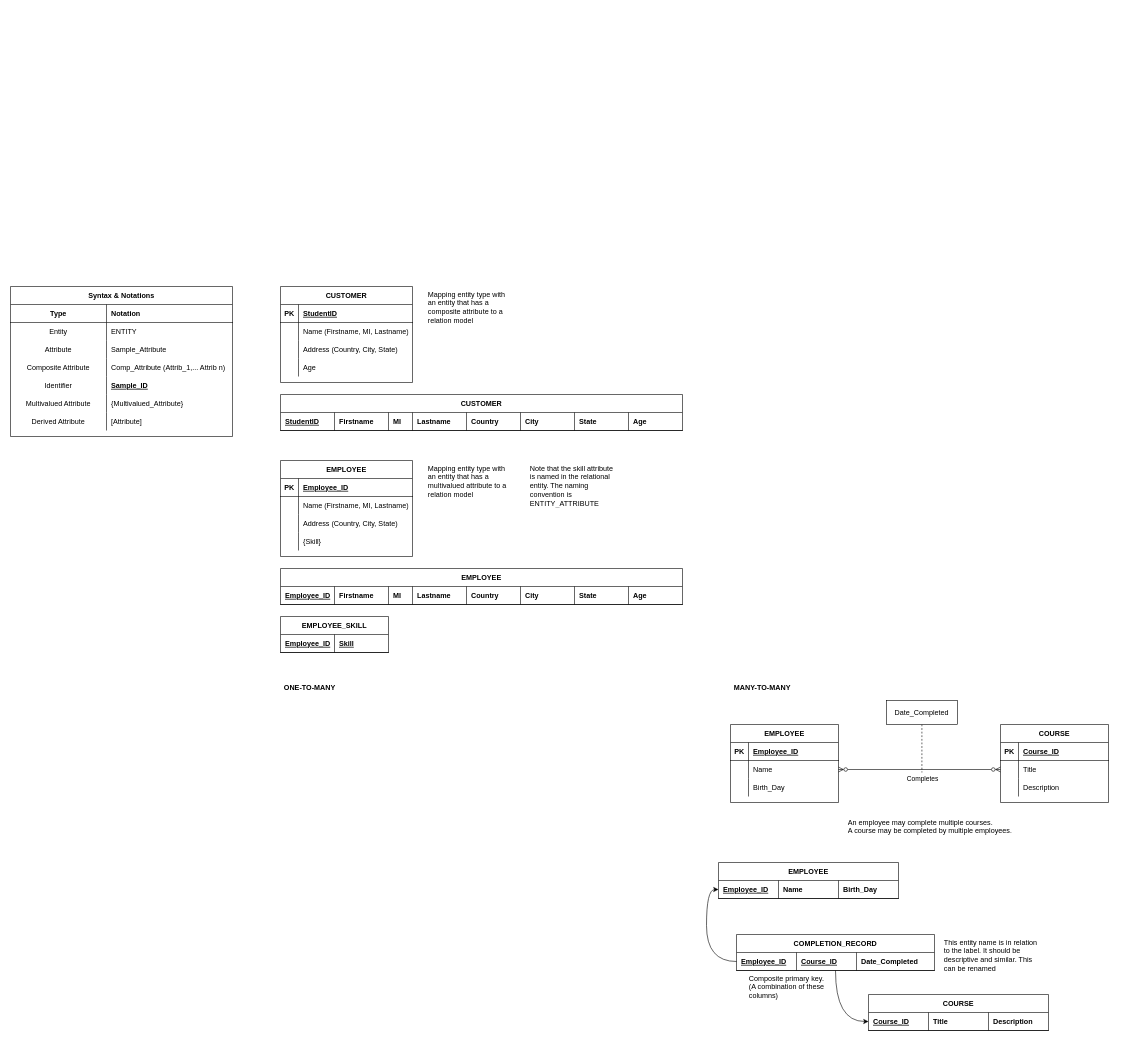
Above: Chapter 4.drawio in genebit/draw.io-diagrams (draw.io), before the change. Source tidied: cells renumbered, new cells numbered last; positions are measured from the earlier drawing's top-left corner, leaving out a move shared by most shapes. Both pictures are drawn from the tidied source at 60%, with x=0, y=0 at pixel (10, 286).
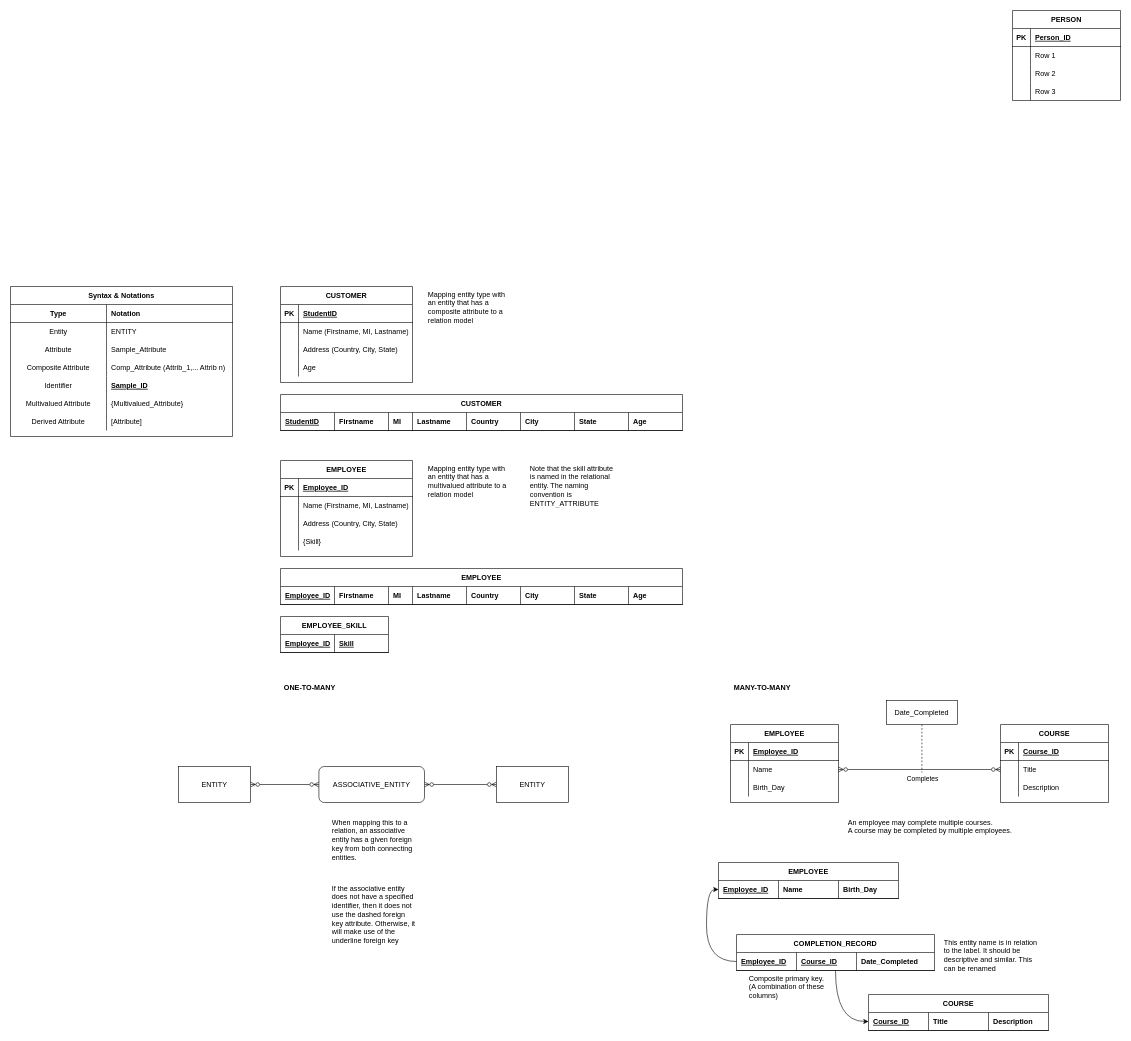
The same page after the edit.

Change to the diagram source:
```diff
@@
+    <mxCell id="123" style="edgeStyle=orthogonalEdgeStyle;rounded=0;jettySize=auto;html=1;startArrow=ERzeroToMany;startFill=0;endArrow=ERzeroToMany;endFill=0;" parent="1" edge="1" source="124" target="127">
+      <mxGeometry relative="1" as="geometry" />
+    </mxCell>
+    <mxCell id="124" value="ASSOCIATIVE_ENTITY" style="rounded=1;whiteSpace=wrap;html=1;" parent="1" vertex="1">
+      <mxGeometry x="514" y="800" width="176" height="60" as="geometry" />
+    </mxCell>
+    <mxCell id="125" style="edgeStyle=orthogonalEdgeStyle;rounded=0;jettySize=auto;html=1;startArrow=ERzeroToMany;startFill=0;endArrow=ERzeroToMany;endFill=0;" parent="1" edge="1" source="126" target="124">
+      <mxGeometry relative="1" as="geometry" />
+    </mxCell>
+    <mxCell id="126" value="ENTITY" style="rounded=0;whiteSpace=wrap;html=1;" parent="1" vertex="1">
+      <mxGeometry x="280" y="800" width="120" height="60" as="geometry" />
+    </mxCell>
+    <mxCell id="127" value="ENTITY" style="rounded=0;whiteSpace=wrap;html=1;" parent="1" vertex="1">
+      <mxGeometry x="810" y="800" width="120" height="60" as="geometry" />
+    </mxCell>
+    <mxCell id="128" value="When mapping this to a relation, an associative entity has a given foreign key from both connecting entities." style="text;strokeColor=none;fillColor=none;spacingLeft=4;spacingRight=4;overflow=hidden;fontSize=12;whiteSpace=wrap;" parent="1" vertex="1">
+      <mxGeometry x="530" y="880" width="150" height="90" as="geometry" />
+    </mxCell>
+    <mxCell id="129" value="If the associative entity does not have a specified identifier, then it does not use the dashed foreign key attribute. Otherwise, it will make use of the underline foreign key" style="text;strokeColor=none;fillColor=none;spacingLeft=4;spacingRight=4;overflow=hidden;fontSize=12;whiteSpace=wrap;" parent="1" vertex="1">
+      <mxGeometry x="530" y="990" width="150" height="130" as="geometry" />
+    </mxCell>
+    <mxCell id="130" value="PERSON" style="shape=table;startSize=30;childLayout=tableLayout;rowLines=0;fontStyle=1;align=center;" parent="1" vertex="1">
+      <mxGeometry x="1670" y="-460" width="180" height="150" as="geometry" />
+    </mxCell>
+    <mxCell id="131" style="shape=tableRow;horizontal=0;startSize=0;swimlaneHead=0;swimlaneBody=0;fillColor=none;top=0;left=0;right=0;bottom=1;" parent="130" vertex="1">
+      <mxGeometry y="30" width="180" height="30" as="geometry" />
+    </mxCell>
+    <mxCell id="132" value="PK" style="shape=partialRectangle;fillColor=none;top=0;left=0;bottom=0;right=0;fontStyle=1;overflow=hidden;" parent="131" vertex="1">
+      <mxGeometry width="30" height="30" as="geometry" />
+    </mxCell>
+    <mxCell id="133" value="Person_ID" style="shape=partialRectangle;fillColor=none;top=0;left=0;bottom=0;right=0;align=left;spacingLeft=6;fontStyle=5;overflow=hidden;" parent="131" vertex="1">
+      <mxGeometry x="30" width="150" height="30" as="geometry" />
+    </mxCell>
+    <mxCell id="134" style="shape=tableRow;horizontal=0;startSize=0;swimlaneHead=0;swimlaneBody=0;fillColor=none;top=0;left=0;right=0;bottom=0;" parent="130" vertex="1">
+      <mxGeometry y="60" width="180" height="30" as="geometry" />
+    </mxCell>
+    <mxCell id="135" style="shape=partialRectangle;fillColor=none;top=0;left=0;bottom=0;right=0;overflow=hidden;" parent="134" vertex="1">
+      <mxGeometry width="30" height="30" as="geometry" />
+    </mxCell>
+    <mxCell id="136" value="Row 1" style="shape=partialRectangle;fillColor=none;top=0;left=0;bottom=0;right=0;align=left;spacingLeft=6;overflow=hidden;" parent="134" vertex="1">
+      <mxGeometry x="30" width="150" height="30" as="geometry" />
+    </mxCell>
+    <mxCell id="137" style="shape=tableRow;horizontal=0;startSize=0;swimlaneHead=0;swimlaneBody=0;fillColor=none;top=0;left=0;right=0;bottom=0;" parent="130" vertex="1">
+      <mxGeometry y="90" width="180" height="30" as="geometry" />
+    </mxCell>
+    <mxCell id="138" style="shape=partialRectangle;fillColor=none;top=0;left=0;bottom=0;right=0;overflow=hidden;" parent="137" vertex="1">
+      <mxGeometry width="30" height="30" as="geometry" />
+    </mxCell>
+    <mxCell id="139" value="Row 2" style="shape=partialRectangle;fillColor=none;top=0;left=0;bottom=0;right=0;align=left;spacingLeft=6;overflow=hidden;" parent="137" vertex="1">
+      <mxGeometry x="30" width="150" height="30" as="geometry" />
+    </mxCell>
+    <mxCell id="140" style="shape=tableRow;horizontal=0;startSize=0;swimlaneHead=0;swimlaneBody=0;fillColor=none;top=0;left=0;right=0;bottom=0;" parent="130" vertex="1">
+      <mxGeometry y="120" width="180" height="30" as="geometry" />
+    </mxCell>
+    <mxCell id="141" style="shape=partialRectangle;fillColor=none;top=0;left=0;bottom=0;right=0;overflow=hidden;" parent="140" vertex="1">
+      <mxGeometry width="30" height="30" as="geometry" />
+    </mxCell>
+    <mxCell id="142" value="Row 3" style="shape=partialRectangle;fillColor=none;top=0;left=0;bottom=0;right=0;align=left;spacingLeft=6;overflow=hidden;" parent="140" vertex="1">
+      <mxGeometry x="30" width="150" height="30" as="geometry" />
+    </mxCell>
```
